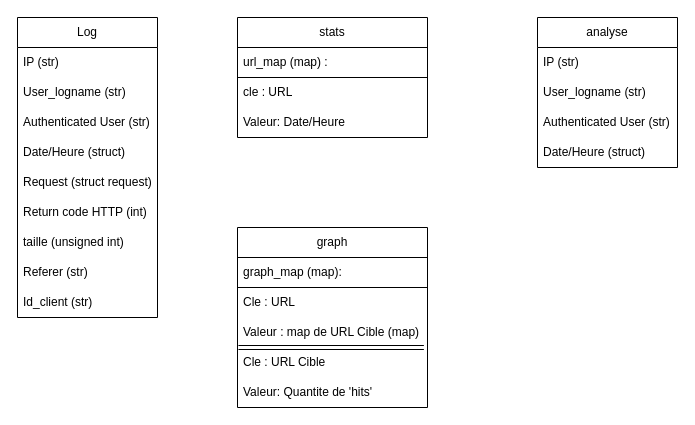
Above: Untitled Diagram.drawio in akhoacoby/TPOOP_Trajet (draw.io), before the change. Source tidied: cells renumbered, new cells numbered last; positions are measured from the earlier drawing's top-left corner, leaving out a move shared by most shapes. Both pictures are drawn from the tidied source at 100%, with x=0, y=0 at pixel (17, 17).
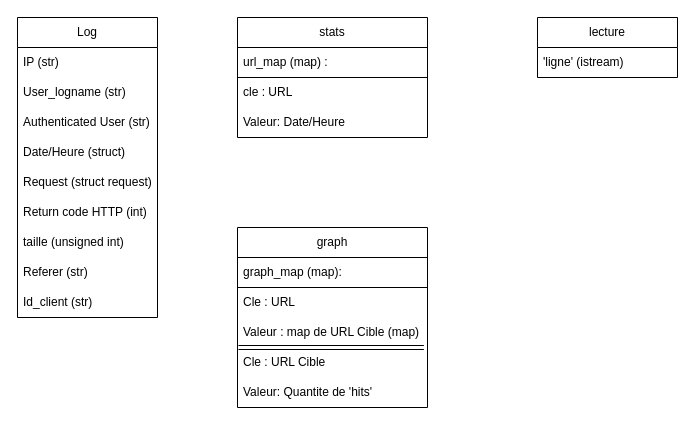
The same diagram, later.

Diff of the diagram source:
```diff
@@
-    <mxCell id="23" value="analyse" style="swimlane;fontStyle=0;horizontal=1;startSize=30;whiteSpace=wrap;html=1;" parent="1" vertex="1">
-      <mxGeometry x="520" width="140" height="150" as="geometry" />
+    <mxCell id="23" value="lecture" style="swimlane;fontStyle=0;horizontal=1;startSize=30;whiteSpace=wrap;html=1;" parent="1" vertex="1">
+      <mxGeometry x="520" width="140" height="60" as="geometry" />
     </mxCell>
-    <mxCell id="24" value="IP (str)" style="text;strokeColor=none;fillColor=none;align=left;verticalAlign=middle;spacingLeft=4;spacingRight=4;overflow=hidden;whiteSpace=wrap;html=1;" parent="23" vertex="1">
+    <mxCell id="24" value="'ligne' (istream)" style="text;strokeColor=none;fillColor=none;align=left;verticalAlign=middle;spacingLeft=4;spacingRight=4;overflow=hidden;whiteSpace=wrap;html=1;" parent="23" vertex="1">
       <mxGeometry y="30" width="140" height="30" as="geometry" />
     </mxCell>
-    <mxCell id="25" value="User_logname (str)" style="text;strokeColor=none;fillColor=none;align=left;verticalAlign=middle;spacingLeft=4;spacingRight=4;overflow=hidden;whiteSpace=wrap;html=1;" parent="23" vertex="1">
-      <mxGeometry y="60" width="140" height="30" as="geometry" />
-    </mxCell>
-    <mxCell id="26" value="Authenticated User (str)" style="text;strokeColor=none;fillColor=none;align=left;verticalAlign=middle;spacingLeft=4;spacingRight=4;overflow=hidden;whiteSpace=wrap;html=1;" parent="23" vertex="1">
-      <mxGeometry y="90" width="140" height="30" as="geometry" />
-    </mxCell>
-    <mxCell id="27" value="Date/Heure (struct)" style="text;strokeColor=none;fillColor=none;align=left;verticalAlign=middle;spacingLeft=4;spacingRight=4;overflow=hidden;whiteSpace=wrap;html=1;" parent="23" vertex="1">
-      <mxGeometry y="120" width="140" height="30" as="geometry" />
-    </mxCell>
```
